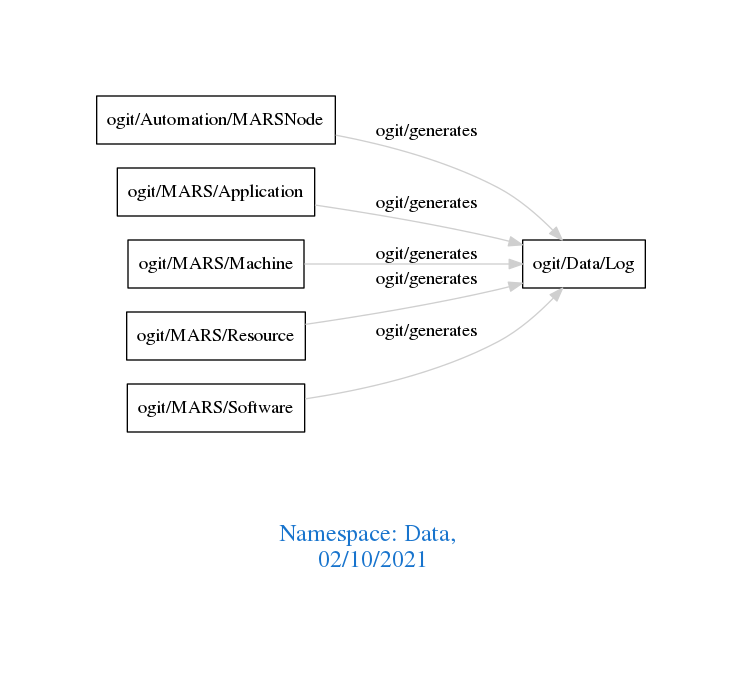
arago/OGIT keeps this Graphviz diagram as downloads/Data.png. Above is the earlier version. Its source is kept beside it as downloads/Data.dot.
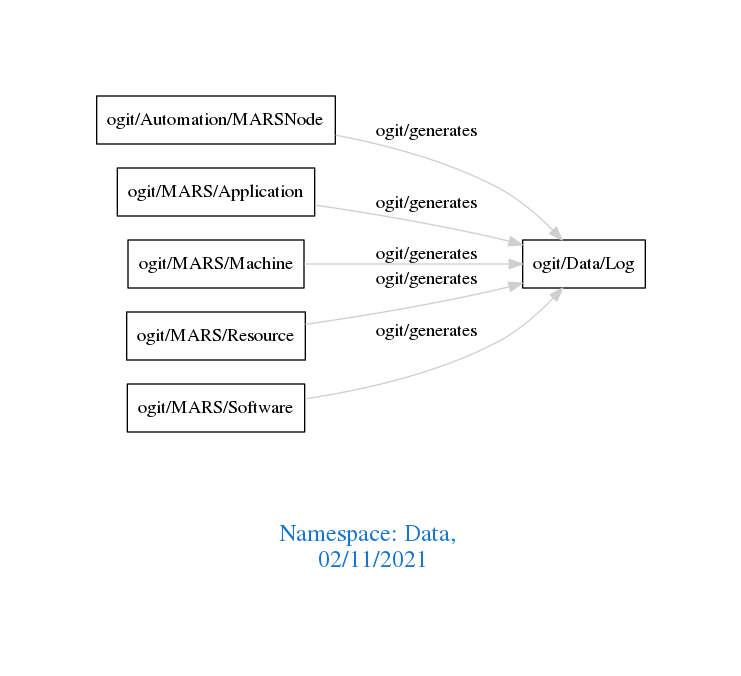
The same diagram one commit later.

Change to the diagram source:
```diff
@@ -1,7 +1,7 @@
 digraph OGIT_ontology {
  graph [ rankdir= LR,pad=1
 fontsize = 18,
-fontcolor= dodgerblue3,label = "\n\n\nNamespace: Data, \n 02/10/2021"];
+fontcolor= dodgerblue3,label = "\n\n\nNamespace: Data, \n 02/11/2021"];
 node[shape=polygon];
 edge [  color="gray81"];
 
```
